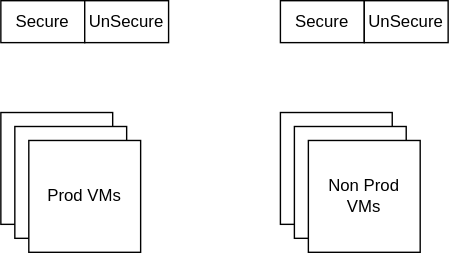
vjavle/invoicecloud keeps this draw.io diagram as infra/SecureConfigInfrastructure.svg. Above is the earlier version. Source tidied: cells renumbered, new cells last; positions are measured from the earlier drawing's top-left corner, leaving out a move shared by most shapes.
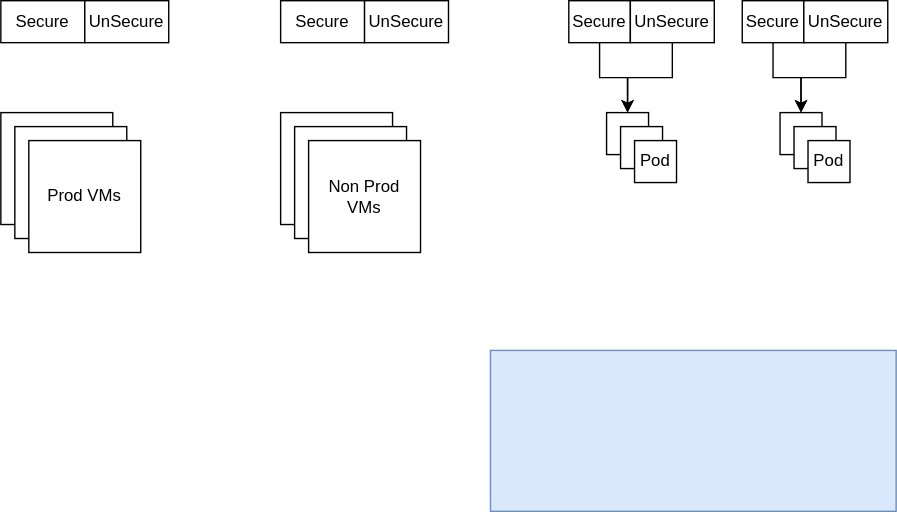
After the change.

Diff of the diagram source:
```diff
@@ -2,6 +2,9 @@
   <root>
     <mxCell id="0" />
     <mxCell id="1" parent="0" />
+    <mxCell id="14" style="rounded=0;whiteSpace=wrap;html=1;fillColor=#dae8fc;strokeColor=#6c8ebf;" parent="1" vertex="1">
+      <mxGeometry x="350" y="250" width="290" height="115" as="geometry" />
+    </mxCell>
     <mxCell id="2" style="group;" parent="1" vertex="1">
       <mxGeometry width="120" height="180" as="geometry" />
     </mxCell>
@@ -38,5 +41,65 @@
     <mxCell id="13" value="Non Prod VMs" style="whiteSpace=wrap;html=1;" parent="8" vertex="1">
       <mxGeometry x="20" y="100" width="80" height="80" as="geometry" />
     </mxCell>
+    <mxCell id="15" style="group;" parent="1" vertex="1">
+      <mxGeometry x="406" width="104" height="130" as="geometry" />
+    </mxCell>
+    <mxCell id="16" style="group;" parent="15" vertex="1">
+      <mxGeometry x="27" y="80" width="50" height="50" as="geometry" />
+    </mxCell>
+    <mxCell id="17" style="whiteSpace=wrap;html=1;" parent="16" vertex="1">
+      <mxGeometry width="30" height="30" as="geometry" />
+    </mxCell>
+    <mxCell id="18" style="whiteSpace=wrap;html=1;" parent="16" vertex="1">
+      <mxGeometry x="10" y="10" width="30" height="30" as="geometry" />
+    </mxCell>
+    <mxCell id="19" value="Pod" style="whiteSpace=wrap;html=1;" parent="16" vertex="1">
+      <mxGeometry x="20" y="20" width="30" height="30" as="geometry" />
+    </mxCell>
+    <mxCell id="20" style="edgeStyle=orthogonalEdgeStyle;rounded=0;jettySize=auto;html=1;" parent="15" edge="1" source="23" target="17">
+      <mxGeometry relative="1" as="geometry" />
+    </mxCell>
+    <mxCell id="21" style="edgeStyle=orthogonalEdgeStyle;rounded=0;jettySize=auto;html=1;" parent="15" edge="1" source="24" target="17">
+      <mxGeometry relative="1" as="geometry" />
+    </mxCell>
+    <mxCell id="22" style="group;" parent="15" vertex="1">
+      <mxGeometry width="104" height="30" as="geometry" />
+    </mxCell>
+    <mxCell id="23" value="Secure" style="rounded=0;whiteSpace=wrap;html=1;" parent="22" vertex="1">
+      <mxGeometry width="44" height="30" as="geometry" />
+    </mxCell>
+    <mxCell id="24" value="UnSecure" style="rounded=0;whiteSpace=wrap;html=1;" parent="22" vertex="1">
+      <mxGeometry x="44" width="60" height="30" as="geometry" />
+    </mxCell>
+    <mxCell id="25" style="group;" parent="1" vertex="1">
+      <mxGeometry x="530" width="104" height="130" as="geometry" />
+    </mxCell>
+    <mxCell id="26" style="group;" parent="25" vertex="1">
+      <mxGeometry x="27" y="80" width="50" height="50" as="geometry" />
+    </mxCell>
+    <mxCell id="27" style="whiteSpace=wrap;html=1;" parent="26" vertex="1">
+      <mxGeometry width="30" height="30" as="geometry" />
+    </mxCell>
+    <mxCell id="28" style="whiteSpace=wrap;html=1;" parent="26" vertex="1">
+      <mxGeometry x="10" y="10" width="30" height="30" as="geometry" />
+    </mxCell>
+    <mxCell id="29" value="Pod" style="whiteSpace=wrap;html=1;" parent="26" vertex="1">
+      <mxGeometry x="20" y="20" width="30" height="30" as="geometry" />
+    </mxCell>
+    <mxCell id="30" style="edgeStyle=orthogonalEdgeStyle;rounded=0;jettySize=auto;html=1;" parent="25" edge="1" source="33" target="27">
+      <mxGeometry relative="1" as="geometry" />
+    </mxCell>
+    <mxCell id="31" style="edgeStyle=orthogonalEdgeStyle;rounded=0;jettySize=auto;html=1;" parent="25" edge="1" source="34" target="27">
+      <mxGeometry relative="1" as="geometry" />
+    </mxCell>
+    <mxCell id="32" style="group;" parent="25" vertex="1">
+      <mxGeometry width="104" height="30" as="geometry" />
+    </mxCell>
+    <mxCell id="33" value="Secure" style="rounded=0;whiteSpace=wrap;html=1;" parent="32" vertex="1">
+      <mxGeometry width="44" height="30" as="geometry" />
+    </mxCell>
+    <mxCell id="34" value="UnSecure" style="rounded=0;whiteSpace=wrap;html=1;" parent="32" vertex="1">
+      <mxGeometry x="44" width="60" height="30" as="geometry" />
+    </mxCell>
   </root>
 </mxGraphModel>
```
